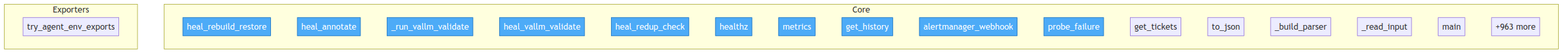
The Mermaid diagram project/flow.png in semcod/koru, before a commit. Its source is kept beside it as project/flow.mmd.
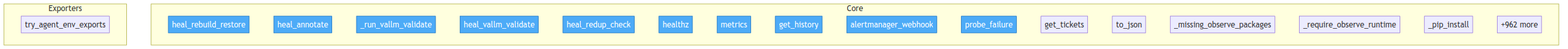
After the change.

What changed in the source:
```diff
@@ -15,10 +15,10 @@
         services__healing_webhook__app__probe_failure["probe_failure"]
         services__healing_webhook__app__get_tickets["get_tickets"]
         src__koruobserve__lifecycle__ObserveProcesses__to_json["to_json"]
-        src__korudsl__cli___build_parser["_build_parser"]
-        src__korudsl__cli___read_input["_read_input"]
-        src__korudsl__cli__main["main"]
-        ...["+963 more"]
+        src__koruobserve__cli___missing_observe_packages["_missing_observe_packages"]
+        src__koruobserve__cli___require_observe_runtime["_require_observe_runtime"]
+        src__koruobserve__cli___pip_install["_pip_install"]
+        ...["+962 more"]
     end
 
     subgraph Exporters
```
